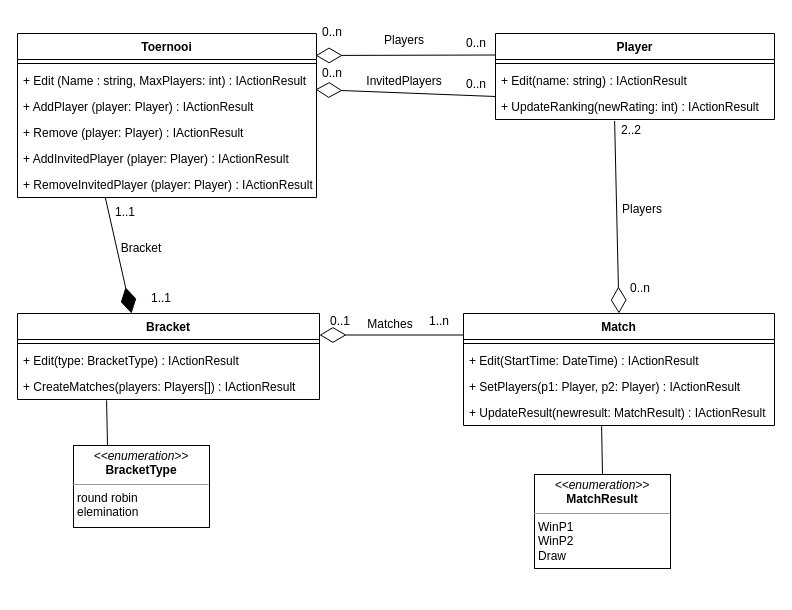
BartSchool/Semester-2 keeps this draw.io diagram as sbs klassendiagram.drawio. Above is the earlier version. Source tidied: cells renumbered, new cells numbered last; positions are measured from the earlier drawing's top-left corner, leaving out a move shared by most shapes. Both pictures are drawn from the tidied source at 100%, with x=0, y=0 at pixel (17, 17).
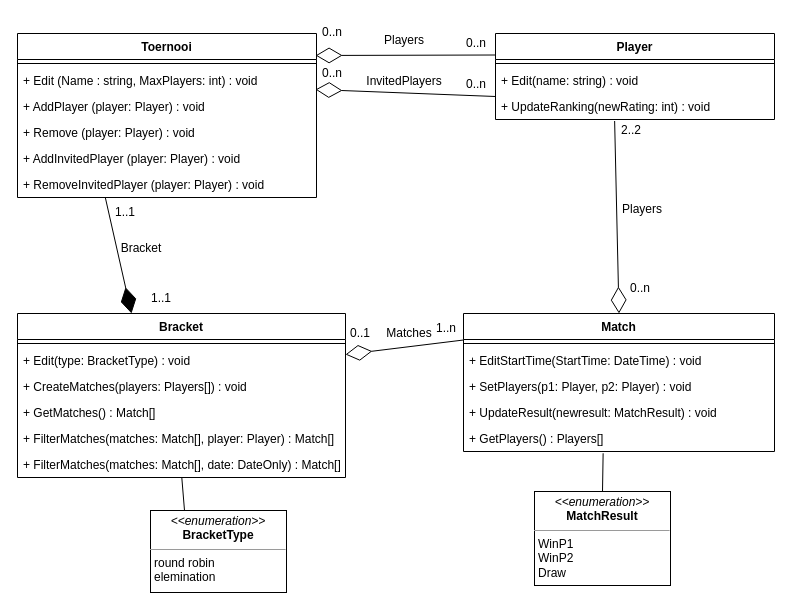
The same diagram, later.

The change refers to these unchanged cells:
```xml
<mxCell id="2" value="Toernooi" style="swimlane;fontStyle=1;align=center;verticalAlign=top;horizontal=1;startSize=26;" parent="1" vertex="1">
  <mxGeometry y="16" width="299" height="164" as="geometry" />
</mxCell>
<mxCell id="9" value="Player" style="swimlane;fontStyle=1;align=center;verticalAlign=top;horizontal=1;startSize=26;" parent="1" vertex="1">
  <mxGeometry x="478" y="16" width="279" height="86" as="geometry" />
</mxCell>
```

The edit, as a diff of the source:
```diff
@@
-    <mxCell id="4" value="+ Edit (Name : string, MaxPlayers: int) : IActionResult" style="text;strokeColor=none;fillColor=none;align=left;verticalAlign=top;spacingLeft=4;spacingRight=4;overflow=hidden;" parent="2" vertex="1">
+    <mxCell id="4" value="+ Edit (Name : string, MaxPlayers: int) : void" style="text;strokeColor=none;fillColor=none;align=left;verticalAlign=top;spacingLeft=4;spacingRight=4;overflow=hidden;" parent="2" vertex="1">
       <mxGeometry y="34" width="299" height="26" as="geometry" />
     </mxCell>
-    <mxCell id="5" value="+ AddPlayer (player: Player) : IActionResult" style="text;strokeColor=none;fillColor=none;align=left;verticalAlign=top;spacingLeft=4;spacingRight=4;overflow=hidden;" parent="2" vertex="1">
+    <mxCell id="5" value="+ AddPlayer (player: Player) : void" style="text;strokeColor=none;fillColor=none;align=left;verticalAlign=top;spacingLeft=4;spacingRight=4;overflow=hidden;" parent="2" vertex="1">
       <mxGeometry y="60" width="299" height="26" as="geometry" />
     </mxCell>
-    <mxCell id="6" value="+ Remove (player: Player) : IActionResult" style="text;strokeColor=none;fillColor=none;align=left;verticalAlign=top;spacingLeft=4;spacingRight=4;overflow=hidden;" parent="2" vertex="1">
+    <mxCell id="6" value="+ Remove (player: Player) : void" style="text;strokeColor=none;fillColor=none;align=left;verticalAlign=top;spacingLeft=4;spacingRight=4;overflow=hidden;" parent="2" vertex="1">
       <mxGeometry y="86" width="299" height="26" as="geometry" />
     </mxCell>
-    <mxCell id="7" value="+ AddInvitedPlayer (player: Player) : IActionResult" style="text;strokeColor=none;fillColor=none;align=left;verticalAlign=top;spacingLeft=4;spacingRight=4;overflow=hidden;" parent="2" vertex="1">
+    <mxCell id="7" value="+ AddInvitedPlayer (player: Player) : void" style="text;strokeColor=none;fillColor=none;align=left;verticalAlign=top;spacingLeft=4;spacingRight=4;overflow=hidden;" parent="2" vertex="1">
       <mxGeometry y="112" width="299" height="26" as="geometry" />
     </mxCell>
-    <mxCell id="8" value="+ RemoveInvitedPlayer (player: Player) : IActionResult" style="text;strokeColor=none;fillColor=none;align=left;verticalAlign=top;spacingLeft=4;spacingRight=4;overflow=hidden;points=[[0,0.5],[1,0.5]];portConstraint=eastwest;" parent="2" vertex="1">
+    <mxCell id="8" value="+ RemoveInvitedPlayer (player: Player) : void" style="text;strokeColor=none;fillColor=none;align=left;verticalAlign=top;spacingLeft=4;spacingRight=4;overflow=hidden;points=[[0,0.5],[1,0.5]];portConstraint=eastwest;" parent="2" vertex="1">
       <mxGeometry y="138" width="299" height="26" as="geometry" />
     </mxCell>
@@
-    <mxCell id="11" value="+ Edit(name: string) : IActionResult" style="text;strokeColor=none;fillColor=none;align=left;verticalAlign=top;spacingLeft=4;spacingRight=4;overflow=hidden;" parent="9" vertex="1">
+    <mxCell id="11" value="+ Edit(name: string) : void" style="text;strokeColor=none;fillColor=none;align=left;verticalAlign=top;spacingLeft=4;spacingRight=4;overflow=hidden;" parent="9" vertex="1">
       <mxGeometry y="34" width="279" height="26" as="geometry" />
     </mxCell>
-    <mxCell id="12" value="+ UpdateRanking(newRating: int) : IActionResult" style="text;strokeColor=none;fillColor=none;align=left;verticalAlign=top;spacingLeft=4;spacingRight=4;overflow=hidden;points=[[0,0.5],[1,0.5]];portConstraint=eastwest;" parent="9" vertex="1">
+    <mxCell id="12" value="+ UpdateRanking(newRating: int) : void" style="text;strokeColor=none;fillColor=none;align=left;verticalAlign=top;spacingLeft=4;spacingRight=4;overflow=hidden;points=[[0,0.5],[1,0.5]];portConstraint=eastwest;" parent="9" vertex="1">
       <mxGeometry y="60" width="279" height="26" as="geometry" />
     </mxCell>
     <mxCell id="13" value="Match" style="swimlane;fontStyle=1;align=center;verticalAlign=top;horizontal=1;startSize=26;" parent="1" vertex="1">
-      <mxGeometry x="446" y="296" width="311" height="112" as="geometry" />
+      <mxGeometry x="446" y="296" width="311" height="138" as="geometry" />
     </mxCell>
@@
-    <mxCell id="15" value="+ Edit(StartTime: DateTime) : IActionResult" style="text;strokeColor=none;fillColor=none;align=left;verticalAlign=top;spacingLeft=4;spacingRight=4;overflow=hidden;" parent="13" vertex="1">
+    <mxCell id="15" value="+ EditStartTime(StartTime: DateTime) : void" style="text;strokeColor=none;fillColor=none;align=left;verticalAlign=top;spacingLeft=4;spacingRight=4;overflow=hidden;" parent="13" vertex="1">
       <mxGeometry y="34" width="311" height="26" as="geometry" />
     </mxCell>
-    <mxCell id="16" value="+ SetPlayers(p1: Player, p2: Player) : IActionResult" style="text;strokeColor=none;fillColor=none;align=left;verticalAlign=top;spacingLeft=4;spacingRight=4;overflow=hidden;" parent="13" vertex="1">
+    <mxCell id="16" value="+ SetPlayers(p1: Player, p2: Player) : void" style="text;strokeColor=none;fillColor=none;align=left;verticalAlign=top;spacingLeft=4;spacingRight=4;overflow=hidden;" parent="13" vertex="1">
       <mxGeometry y="60" width="311" height="26" as="geometry" />
     </mxCell>
-    <mxCell id="17" value="+ UpdateResult(newresult: MatchResult) : IActionResult" style="text;strokeColor=none;fillColor=none;align=left;verticalAlign=top;spacingLeft=4;spacingRight=4;overflow=hidden;points=[[0,0.5],[1,0.5]];portConstraint=eastwest;" parent="13" vertex="1">
+    <mxCell id="17" value="+ UpdateResult(newresult: MatchResult) : void" style="text;strokeColor=none;fillColor=none;align=left;verticalAlign=top;spacingLeft=4;spacingRight=4;overflow=hidden;points=[[0,0.5],[1,0.5]];portConstraint=eastwest;" parent="13" vertex="1">
       <mxGeometry y="86" width="311" height="26" as="geometry" />
     </mxCell>
+    <mxCell id="46" value="+ GetPlayers() : Players[]" style="text;strokeColor=none;fillColor=none;align=left;verticalAlign=top;spacingLeft=4;spacingRight=4;overflow=hidden;points=[[0,0.5],[1,0.5]];portConstraint=eastwest;" parent="13" vertex="1">
+      <mxGeometry y="112" width="311" height="26" as="geometry" />
+    </mxCell>
     <mxCell id="18" value="Bracket" style="swimlane;fontStyle=1;align=center;verticalAlign=top;horizontal=1;startSize=26;" parent="1" vertex="1">
-      <mxGeometry y="296" width="302" height="86" as="geometry" />
+      <mxGeometry y="296" width="328" height="164" as="geometry" />
     </mxCell>
     <mxCell id="19" style="line;strokeWidth=1;fillColor=none;align=left;verticalAlign=middle;spacingTop=-1;spacingLeft=3;spacingRight=3;labelPosition=right;strokeColor=inherit;" parent="18" vertex="1">
-      <mxGeometry y="26" width="302" height="8" as="geometry" />
+      <mxGeometry y="26" width="328" height="8" as="geometry" />
     </mxCell>
-    <mxCell id="20" value="+ Edit(type: BracketType) : IActionResult" style="text;strokeColor=none;fillColor=none;align=left;verticalAlign=top;spacingLeft=4;spacingRight=4;overflow=hidden;" parent="18" vertex="1">
-      <mxGeometry y="34" width="302" height="26" as="geometry" />
+    <mxCell id="20" value="+ Edit(type: BracketType) : void" style="text;strokeColor=none;fillColor=none;align=left;verticalAlign=top;spacingLeft=4;spacingRight=4;overflow=hidden;" parent="18" vertex="1">
+      <mxGeometry y="34" width="328" height="26" as="geometry" />
     </mxCell>
-    <mxCell id="21" value="+ CreateMatches(players: Players[]) : IActionResult" style="text;strokeColor=none;fillColor=none;align=left;verticalAlign=top;spacingLeft=4;spacingRight=4;overflow=hidden;points=[[0,0.5],[1,0.5]];portConstraint=eastwest;" parent="18" vertex="1">
-      <mxGeometry y="60" width="302" height="26" as="geometry" />
+    <mxCell id="21" value="+ CreateMatches(players: Players[]) : void" style="text;strokeColor=none;fillColor=none;align=left;verticalAlign=top;spacingLeft=4;spacingRight=4;overflow=hidden;points=[[0,0.5],[1,0.5]];portConstraint=eastwest;" parent="18" vertex="1">
+      <mxGeometry y="60" width="328" height="26" as="geometry" />
     </mxCell>
+    <mxCell id="47" value="+ GetMatches() : Match[]" style="text;strokeColor=none;fillColor=none;align=left;verticalAlign=top;spacingLeft=4;spacingRight=4;overflow=hidden;" parent="18" vertex="1">
+      <mxGeometry y="86" width="328" height="26" as="geometry" />
+    </mxCell>
+    <mxCell id="48" value="+ FilterMatches(matches: Match[], player: Player) : Match[]" style="text;strokeColor=none;fillColor=none;align=left;verticalAlign=top;spacingLeft=4;spacingRight=4;overflow=hidden;" parent="18" vertex="1">
+      <mxGeometry y="112" width="328" height="26" as="geometry" />
+    </mxCell>
+    <mxCell id="49" value="+ FilterMatches(matches: Match[], date: DateOnly) : Match[]" style="text;strokeColor=none;fillColor=none;align=left;verticalAlign=top;spacingLeft=4;spacingRight=4;overflow=hidden;points=[[0,0.5],[1,0.5]];portConstraint=eastwest;" parent="18" vertex="1">
+      <mxGeometry y="138" width="328" height="26" as="geometry" />
+    </mxCell>
     <mxCell id="22" value="&lt;p style=&quot;margin:0px;margin-top:4px;text-align:center;&quot;&gt;&lt;i&gt;&amp;lt;&amp;lt;enumeration&amp;gt;&amp;gt;&lt;/i&gt;&lt;br&gt;&lt;b&gt;MatchResult&lt;/b&gt;&lt;/p&gt;&lt;hr size=&quot;1&quot;&gt;&lt;p style=&quot;margin:0px;margin-left:4px;&quot;&gt;&lt;/p&gt;&lt;p style=&quot;margin:0px;margin-left:4px;&quot;&gt;&lt;span style=&quot;background-color: initial;&quot;&gt;WinP1&lt;/span&gt;&lt;br&gt;&lt;/p&gt;&lt;p style=&quot;margin:0px;margin-left:4px;&quot;&gt;WinP2&lt;/p&gt;&lt;p style=&quot;margin:0px;margin-left:4px;&quot;&gt;Draw&lt;/p&gt;" style="verticalAlign=top;align=left;overflow=fill;fontSize=12;fontFamily=Helvetica;html=1;whiteSpace=wrap;" parent="1" vertex="1">
-      <mxGeometry x="517" y="457" width="136" height="94" as="geometry" />
+      <mxGeometry x="517" y="474" width="136" height="94" as="geometry" />
     </mxCell>
     <mxCell id="23" value="&lt;p style=&quot;margin:0px;margin-top:4px;text-align:center;&quot;&gt;&lt;i&gt;&amp;lt;&amp;lt;enumeration&amp;gt;&amp;gt;&lt;/i&gt;&lt;br&gt;&lt;b&gt;BracketType&lt;/b&gt;&lt;/p&gt;&lt;hr size=&quot;1&quot;&gt;&lt;p style=&quot;margin:0px;margin-left:4px;&quot;&gt;&lt;/p&gt;&lt;p style=&quot;margin:0px;margin-left:4px;&quot;&gt;round robin&lt;/p&gt;&lt;p style=&quot;margin:0px;margin-left:4px;&quot;&gt;elemination&lt;/p&gt;" style="verticalAlign=top;align=left;overflow=fill;fontSize=12;fontFamily=Helvetica;html=1;whiteSpace=wrap;" parent="1" vertex="1">
-      <mxGeometry x="56" y="428" width="136" height="82" as="geometry" />
+      <mxGeometry x="133" y="493" width="136" height="82" as="geometry" />
     </mxCell>
@@
-    <mxCell id="28" style="endArrow=none;html=1;rounded=0;exitX=0.295;exitY=1.032;exitDx=0;exitDy=0;entryX=0.25;entryY=0;entryDx=0;entryDy=0;exitPerimeter=0;" parent="1" edge="1" source="21" target="23">
+    <mxCell id="28" style="endArrow=none;html=1;rounded=0;entryX=0.25;entryY=0;entryDx=0;entryDy=0;exitX=0.501;exitY=1.018;exitDx=0;exitDy=0;exitPerimeter=0;" parent="1" edge="1" source="49" target="23">
       <mxGeometry relative="1" as="geometry" />
     </mxCell>
-    <mxCell id="29" style="endArrow=none;html=1;rounded=0;exitX=0.5;exitY=0;exitDx=0;exitDy=0;entryX=0.444;entryY=1.025;entryDx=0;entryDy=0;entryPerimeter=0;" parent="1" edge="1" source="22" target="17">
+    <mxCell id="29" style="endArrow=none;html=1;rounded=0;exitX=0.5;exitY=0;exitDx=0;exitDy=0;entryX=0.449;entryY=1.068;entryDx=0;entryDy=0;entryPerimeter=0;" parent="1" edge="1" source="22" target="46">
       <mxGeometry relative="1" as="geometry" />
     </mxCell>
     <mxCell id="30" value="0..1" style="text;html=1;strokeColor=none;fillColor=none;align=center;verticalAlign=middle;whiteSpace=wrap;rounded=0;" parent="1" vertex="1">
-      <mxGeometry x="293" y="289" width="60" height="30" as="geometry" />
+      <mxGeometry x="313" y="301" width="60" height="30" as="geometry" />
     </mxCell>
     <mxCell id="31" value="1..n" style="text;html=1;strokeColor=none;fillColor=none;align=center;verticalAlign=middle;whiteSpace=wrap;rounded=0;" parent="1" vertex="1">
-      <mxGeometry x="392" y="289" width="60" height="30" as="geometry" />
+      <mxGeometry x="399" y="296" width="60" height="30" as="geometry" />
     </mxCell>
@@
     <mxCell id="40" value="Matches" style="text;html=1;strokeColor=none;fillColor=none;align=center;verticalAlign=middle;whiteSpace=wrap;rounded=0;" parent="1" vertex="1">
-      <mxGeometry x="343" y="292" width="60" height="30" as="geometry" />
+      <mxGeometry x="362" y="301" width="60" height="30" as="geometry" />
     </mxCell>
```
